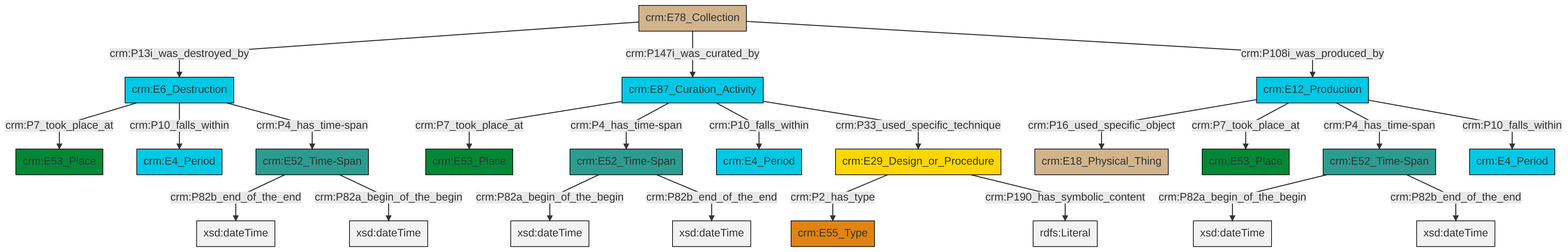
Before: et/archivalCSV/ttl/mmd/png/archival_existence.png, a diagram exported from Mermaid (swiss-art-research-net/docs.swissartresearch). Its source is kept beside it as et/archivalCSV/ttl/mmd/archival_existence.ttl.mmd.
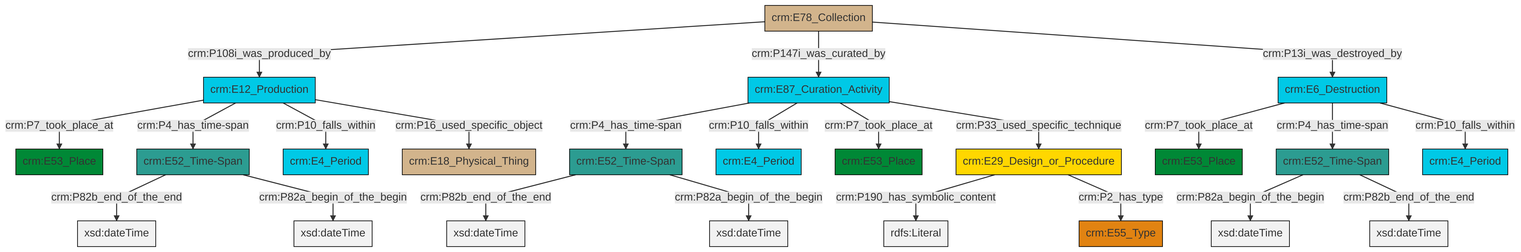
The same diagram one commit later.

Change to the diagram source:
```diff
@@ -13,25 +13,25 @@
 classDef PC_Classes fill:#4ce600, stroke:#000000;
 classDef Multi fill:#cccccc,stroke:#000000;
 
-2["crm:E87_Curation_Activity"]:::Temporal_Entity -->|crm:P7_took_place_at| 3["crm:E53_Place"]:::Place
-2["crm:E87_Curation_Activity"]:::Temporal_Entity -->|crm:P4_has_time-span| 8["crm:E52_Time-Span"]:::Time-Span
-9["crm:E78_Collection"]:::Physical_Thing -->|crm:P13i_was_destroyed_by| 0["crm:E6_Destruction"]:::Temporal_Entity
-10["crm:E52_Time-Span"]:::Time-Span -->|crm:P82a_begin_of_the_begin| 11[xsd:dateTime]:::Literal
-14["crm:E29_Design_or_Procedure"]:::Conceptual_Object -->|crm:P2_has_type| 6["crm:E55_Type"]:::Type
-9["crm:E78_Collection"]:::Physical_Thing -->|crm:P147i_was_curated_by| 2["crm:E87_Curation_Activity"]:::Temporal_Entity
-8["crm:E52_Time-Span"]:::Time-Span -->|crm:P82a_begin_of_the_begin| 15[xsd:dateTime]:::Literal
-0["crm:E6_Destruction"]:::Temporal_Entity -->|crm:P7_took_place_at| 17["crm:E53_Place"]:::Place
-18["crm:E12_Production"]:::Temporal_Entity -->|crm:P16_used_specific_object| 19["crm:E18_Physical_Thing"]:::Physical_Thing
-18["crm:E12_Production"]:::Temporal_Entity -->|crm:P7_took_place_at| 20["crm:E53_Place"]:::Place
-18["crm:E12_Production"]:::Temporal_Entity -->|crm:P4_has_time-span| 10["crm:E52_Time-Span"]:::Time-Span
-0["crm:E6_Destruction"]:::Temporal_Entity -->|crm:P10_falls_within| 12["crm:E4_Period"]:::Temporal_Entity
-10["crm:E52_Time-Span"]:::Time-Span -->|crm:P82b_end_of_the_end| 26[xsd:dateTime]:::Literal
-18["crm:E12_Production"]:::Temporal_Entity -->|crm:P10_falls_within| 28["crm:E4_Period"]:::Temporal_Entity
-14["crm:E29_Design_or_Procedure"]:::Conceptual_Object -->|crm:P190_has_symbolic_content| 29[rdfs:Literal]:::Literal
-9["crm:E78_Collection"]:::Physical_Thing -->|crm:P108i_was_produced_by| 18["crm:E12_Production"]:::Temporal_Entity
-21["crm:E52_Time-Span"]:::Time-Span -->|crm:P82b_end_of_the_end| 30[xsd:dateTime]:::Literal
-8["crm:E52_Time-Span"]:::Time-Span -->|crm:P82b_end_of_the_end| 31[xsd:dateTime]:::Literal
-2["crm:E87_Curation_Activity"]:::Temporal_Entity -->|crm:P10_falls_within| 4["crm:E4_Period"]:::Temporal_Entity
-0["crm:E6_Destruction"]:::Temporal_Entity -->|crm:P4_has_time-span| 21["crm:E52_Time-Span"]:::Time-Span
-2["crm:E87_Curation_Activity"]:::Temporal_Entity -->|crm:P33_used_specific_technique| 14["crm:E29_Design_or_Procedure"]:::Conceptual_Object
-21["crm:E52_Time-Span"]:::Time-Span -->|crm:P82a_begin_of_the_begin| 37[xsd:dateTime]:::Literal
+0["crm:E52_Time-Span"]:::Time-Span -->|crm:P82a_begin_of_the_begin| 1[xsd:dateTime]:::Literal
+6["crm:E6_Destruction"]:::Temporal_Entity -->|crm:P7_took_place_at| 7["crm:E53_Place"]:::Place
+12["crm:E12_Production"]:::Temporal_Entity -->|crm:P7_took_place_at| 13["crm:E53_Place"]:::Place
+14["crm:E87_Curation_Activity"]:::Temporal_Entity -->|crm:P4_has_time-span| 2["crm:E52_Time-Span"]:::Time-Span
+12["crm:E12_Production"]:::Temporal_Entity -->|crm:P4_has_time-span| 15["crm:E52_Time-Span"]:::Time-Span
+6["crm:E6_Destruction"]:::Temporal_Entity -->|crm:P4_has_time-span| 0["crm:E52_Time-Span"]:::Time-Span
+0["crm:E52_Time-Span"]:::Time-Span -->|crm:P82b_end_of_the_end| 16[xsd:dateTime]:::Literal
+14["crm:E87_Curation_Activity"]:::Temporal_Entity -->|crm:P10_falls_within| 8["crm:E4_Period"]:::Temporal_Entity
+14["crm:E87_Curation_Activity"]:::Temporal_Entity -->|crm:P7_took_place_at| 19["crm:E53_Place"]:::Place
+15["crm:E52_Time-Span"]:::Time-Span -->|crm:P82b_end_of_the_end| 21[xsd:dateTime]:::Literal
+17["crm:E78_Collection"]:::Physical_Thing -->|crm:P108i_was_produced_by| 12["crm:E12_Production"]:::Temporal_Entity
+17["crm:E78_Collection"]:::Physical_Thing -->|crm:P147i_was_curated_by| 14["crm:E87_Curation_Activity"]:::Temporal_Entity
+12["crm:E12_Production"]:::Temporal_Entity -->|crm:P10_falls_within| 10["crm:E4_Period"]:::Temporal_Entity
+4["crm:E29_Design_or_Procedure"]:::Conceptual_Object -->|crm:P190_has_symbolic_content| 23[rdfs:Literal]:::Literal
+2["crm:E52_Time-Span"]:::Time-Span -->|crm:P82b_end_of_the_end| 28[xsd:dateTime]:::Literal
+4["crm:E29_Design_or_Procedure"]:::Conceptual_Object -->|crm:P2_has_type| 31["crm:E55_Type"]:::Type
+15["crm:E52_Time-Span"]:::Time-Span -->|crm:P82a_begin_of_the_begin| 32[xsd:dateTime]:::Literal
+17["crm:E78_Collection"]:::Physical_Thing -->|crm:P13i_was_destroyed_by| 6["crm:E6_Destruction"]:::Temporal_Entity
+2["crm:E52_Time-Span"]:::Time-Span -->|crm:P82a_begin_of_the_begin| 36[xsd:dateTime]:::Literal
+14["crm:E87_Curation_Activity"]:::Temporal_Entity -->|crm:P33_used_specific_technique| 4["crm:E29_Design_or_Procedure"]:::Conceptual_Object
+12["crm:E12_Production"]:::Temporal_Entity -->|crm:P16_used_specific_object| 24["crm:E18_Physical_Thing"]:::Physical_Thing
+6["crm:E6_Destruction"]:::Temporal_Entity -->|crm:P10_falls_within| 26["crm:E4_Period"]:::Temporal_Entity
```
